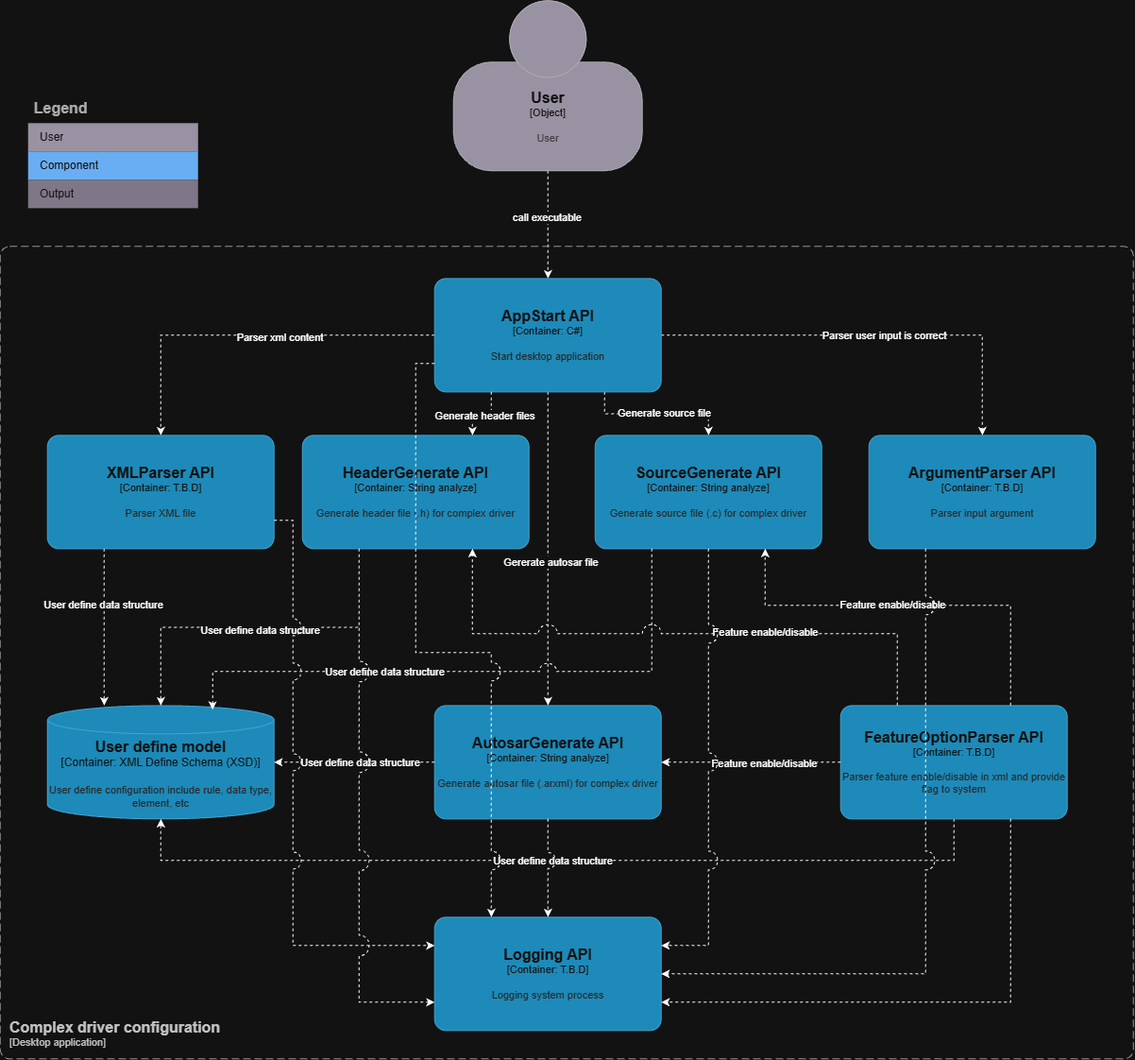
Before: docs/images/Component.drawio.png, a diagram exported from draw.io (QuocTran5/Complex-Driver-Configurator). Source tidied: cells renumbered, new cells last; positions are measured from the earlier drawing's top-left corner, leaving out a move shared by most shapes.
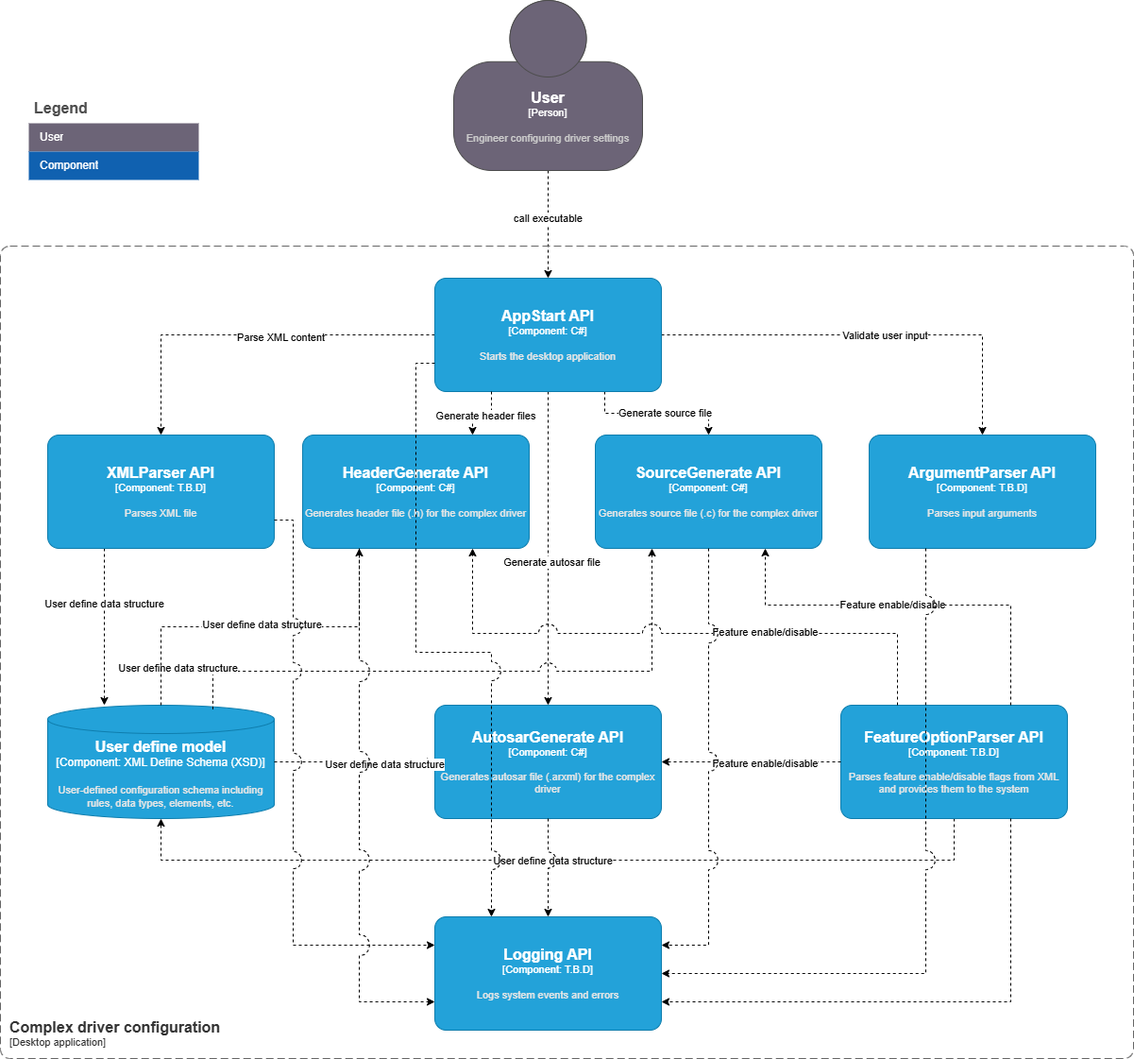
Above is the later version.

The edit, as a diff of the source:
```diff
@@ -10,3 +10,3 @@
     </mxCell>
-    <object id="4" label="&lt;font style=&quot;font-size: 16px&quot;&gt;&lt;b&gt;%c4Name%&lt;/b&gt;&lt;/font&gt;&lt;div&gt;[%c4Type%]&lt;/div&gt;&lt;br&gt;&lt;div&gt;&lt;font style=&quot;font-size: 11px&quot;&gt;&lt;font color=&quot;#cccccc&quot;&gt;%c4Description%&lt;/font&gt;&lt;/div&gt;" c4Description="User" c4Name="User" c4Type="Object" placeholders="1">
+    <object id="4" label="&lt;font style=&quot;font-size: 16px&quot;&gt;&lt;b&gt;%c4Name%&lt;/b&gt;&lt;/font&gt;&lt;div&gt;[%c4Type%]&lt;/div&gt;&lt;br&gt;&lt;div&gt;&lt;font style=&quot;font-size: 11px&quot;&gt;&lt;font color=&quot;#cccccc&quot;&gt;%c4Description%&lt;/font&gt;&lt;/div&gt;" c4Description="Engineer configuring driver settings" c4Name="User" c4Type="Person" placeholders="1">
       <mxCell style="html=1;fontSize=11;dashed=0;whiteSpace=wrap;fillColor=#6C6477;strokeColor=#4D4D4D;fontColor=#ffffff;shape=mxgraph.c4.person2;align=center;points=[[0.5,0,0],[1,0.5,0],[1,0.75,0],[0.75,1,0],[0.5,1,0],[0.25,1,0],[0,0.75,0],[0,0.5,0]];" parent="1" vertex="1">
@@ -16,3 +16,3 @@
     <mxCell id="5" value="Legend" style="shape=table;startSize=30;fontSize=16;align=left;verticalAlign=top;fillColor=none;strokeColor=none;fontColor=#4D4D4D;fontStyle=1;spacingLeft=6;spacing=0;" parent="1" vertex="1">
-      <mxGeometry x="30" y="100" width="180" height="120" as="geometry" />
+      <mxGeometry x="30" y="100" width="180" height="90" as="geometry" />
     </mxCell>
@@ -30,8 +30,2 @@
     </mxCell>
-    <mxCell id="10" style="shape=tableRow;horizontal=0;startSize=0;swimlaneHead=0;swimlaneBody=0;strokeColor=inherit;top=0;left=0;bottom=0;right=0;fillColor=none;fontSize=12;" parent="5" vertex="1">
-      <mxGeometry y="90" width="180" height="30" as="geometry" />
-    </mxCell>
-    <mxCell id="11" value="Output" style="shape=partialRectangle;html=1;whiteSpace=wrap;strokeColor=inherit;overflow=hidden;fillColor=#8C8496;top=0;left=0;bottom=0;right=0;fontSize=12;align=left;fontColor=#FFFFFF;gradientColor=none;spacingLeft=10;spacingRight=4;" parent="10" vertex="1">
-      <mxGeometry width="180" height="30" as="geometry" />
-    </mxCell>
     <object id="12" label="&lt;font style=&quot;font-size: 16px&quot;&gt;&lt;b&gt;&lt;div style=&quot;text-align: left&quot;&gt;%c4Name%&lt;/div&gt;&lt;/b&gt;&lt;/font&gt;&lt;div style=&quot;text-align: left&quot;&gt;[%c4Application%]&lt;/div&gt;" c4Application="Desktop application" c4Name="Complex driver configuration" c4Type="SystemScopeBoundary" placeholders="1">
@@ -41,3 +35,3 @@
     </object>
-    <object id="13" label="&lt;font style=&quot;font-size: 16px&quot;&gt;&lt;b&gt;%c4Name%&lt;/b&gt;&lt;/font&gt;&lt;div&gt;[%c4Type%: %c4Technology%]&lt;/div&gt;&lt;br&gt;&lt;div&gt;&lt;font style=&quot;font-size: 11px&quot;&gt;&lt;font color=&quot;#E6E6E6&quot;&gt;%c4Description%&lt;/font&gt;&lt;/div&gt;" c4Description="Parser input argument" c4Name="ArgumentParser API" c4Technology="T.B.D" c4Type="Container" placeholders="1">
+    <object id="13" label="&lt;font style=&quot;font-size: 16px&quot;&gt;&lt;b&gt;%c4Name%&lt;/b&gt;&lt;/font&gt;&lt;div&gt;[%c4Type%: %c4Technology%]&lt;/div&gt;&lt;br&gt;&lt;div&gt;&lt;font style=&quot;font-size: 11px&quot;&gt;&lt;font color=&quot;#E6E6E6&quot;&gt;%c4Description%&lt;/font&gt;&lt;/div&gt;" c4Description="Parses input arguments" c4Name="ArgumentParser API" c4Technology="T.B.D" c4Type="Component" placeholders="1">
       <mxCell style="rounded=1;whiteSpace=wrap;html=1;fontSize=11;labelBackgroundColor=none;fillColor=#23A2D9;fontColor=#ffffff;align=center;arcSize=10;strokeColor=#0E7DAD;points=[[0.25,0,0],[0.5,0,0],[0.75,0,0],[1,0.25,0],[1,0.5,0],[1,0.75,0],[0.75,1,0],[0.5,1,0],[0.25,1,0],[0,0.75,0],[0,0.5,0],[0,0.25,0]];" parent="1" vertex="1">
@@ -57,3 +51,3 @@
     </mxCell>
-    <object id="16" label="&lt;font style=&quot;font-size: 16px&quot;&gt;&lt;b&gt;%c4Name%&lt;/b&gt;&lt;/font&gt;&lt;div&gt;[%c4Type%: %c4Technology%]&lt;/div&gt;&lt;br&gt;&lt;div&gt;&lt;font style=&quot;font-size: 11px&quot;&gt;&lt;font color=&quot;#E6E6E6&quot;&gt;%c4Description%&lt;/font&gt;&lt;/div&gt;" c4Description="Parser XML file" c4Name="XMLParser API" c4Technology="T.B.D" c4Type="Container" placeholders="1">
+    <object id="16" label="&lt;font style=&quot;font-size: 16px&quot;&gt;&lt;b&gt;%c4Name%&lt;/b&gt;&lt;/font&gt;&lt;div&gt;[%c4Type%: %c4Technology%]&lt;/div&gt;&lt;br&gt;&lt;div&gt;&lt;font style=&quot;font-size: 11px&quot;&gt;&lt;font color=&quot;#E6E6E6&quot;&gt;%c4Description%&lt;/font&gt;&lt;/div&gt;" c4Description="Parses XML file" c4Name="XMLParser API" c4Technology="T.B.D" c4Type="Component" placeholders="1">
       <mxCell style="rounded=1;whiteSpace=wrap;html=1;fontSize=11;labelBackgroundColor=none;fillColor=#23A2D9;fontColor=#ffffff;align=center;arcSize=10;strokeColor=#0E7DAD;points=[[0.25,0,0],[0.5,0,0],[0.75,0,0],[1,0.25,0],[1,0.5,0],[1,0.75,0],[0.75,1,0],[0.5,1,0],[0.25,1,0],[0,0.75,0],[0,0.5,0],[0,0.25,0]];" parent="1" vertex="1">
@@ -65,6 +59,6 @@
     </mxCell>
-    <mxCell id="18" value="Parser xml content" style="edgeLabel;html=1;align=center;verticalAlign=middle;" parent="17" vertex="1">
+    <mxCell id="18" value="Parse XML content" style="edgeLabel;html=1;align=center;verticalAlign=middle;" parent="17" vertex="1">
       <mxGeometry x="-0.17" y="2" relative="1" as="geometry" />
     </mxCell>
-    <object id="19" label="&lt;font style=&quot;font-size: 16px&quot;&gt;&lt;b&gt;%c4Name%&lt;/b&gt;&lt;/font&gt;&lt;div&gt;[%c4Type%: %c4Technology%]&lt;/div&gt;&lt;br&gt;&lt;div&gt;&lt;font style=&quot;font-size: 11px&quot;&gt;&lt;font color=&quot;#E6E6E6&quot;&gt;%c4Description%&lt;/font&gt;&lt;/div&gt;" c4Description="Generate header file (.h) for complex driver" c4Name="HeaderGenerate API" c4Technology="String analyze" c4Type="Container" placeholders="1">
+    <object id="19" label="&lt;font style=&quot;font-size: 16px&quot;&gt;&lt;b&gt;%c4Name%&lt;/b&gt;&lt;/font&gt;&lt;div&gt;[%c4Type%: %c4Technology%]&lt;/div&gt;&lt;br&gt;&lt;div&gt;&lt;font style=&quot;font-size: 11px&quot;&gt;&lt;font color=&quot;#E6E6E6&quot;&gt;%c4Description%&lt;/font&gt;&lt;/div&gt;" c4Description="Generates header file (.h) for the complex driver" c4Name="HeaderGenerate API" c4Technology="C#" c4Type="Component" placeholders="1">
       <mxCell style="rounded=1;whiteSpace=wrap;html=1;fontSize=11;labelBackgroundColor=none;fillColor=#23A2D9;fontColor=#ffffff;align=center;arcSize=10;strokeColor=#0E7DAD;points=[[0.25,0,0],[0.5,0,0],[0.75,0,0],[1,0.25,0],[1,0.5,0],[1,0.75,0],[0.75,1,0],[0.5,1,0],[0.25,1,0],[0,0.75,0],[0,0.5,0],[0,0.25,0]];" parent="1" vertex="1">
@@ -73,3 +67,3 @@
     </object>
-    <object id="20" label="&lt;font style=&quot;font-size: 16px&quot;&gt;&lt;b&gt;%c4Name%&lt;/b&gt;&lt;/font&gt;&lt;div&gt;[%c4Type%: %c4Technology%]&lt;/div&gt;&lt;br&gt;&lt;div&gt;&lt;font style=&quot;font-size: 11px&quot;&gt;&lt;font color=&quot;#E6E6E6&quot;&gt;%c4Description%&lt;/font&gt;&lt;/div&gt;" c4Description="Generate autosar file (.arxml) for complex driver" c4Name="AutosarGenerate API" c4Technology="String analyze" c4Type="Container" placeholders="1">
+    <object id="20" label="&lt;font style=&quot;font-size: 16px&quot;&gt;&lt;b&gt;%c4Name%&lt;/b&gt;&lt;/font&gt;&lt;div&gt;[%c4Type%: %c4Technology%]&lt;/div&gt;&lt;br&gt;&lt;div&gt;&lt;font style=&quot;font-size: 11px&quot;&gt;&lt;font color=&quot;#E6E6E6&quot;&gt;%c4Description%&lt;/font&gt;&lt;/div&gt;" c4Description="Generates autosar file (.arxml) for the complex driver" c4Name="AutosarGenerate API" c4Technology="C#" c4Type="Component" placeholders="1">
       <mxCell style="rounded=1;whiteSpace=wrap;html=1;fontSize=11;labelBackgroundColor=none;fillColor=#23A2D9;fontColor=#ffffff;align=center;arcSize=10;strokeColor=#0E7DAD;points=[[0.25,0,0],[0.5,0,0],[0.75,0,0],[1,0.25,0],[1,0.5,0],[1,0.75,0],[0.75,1,0],[0.5,1,0],[0.25,1,0],[0,0.75,0],[0,0.5,0],[0,0.25,0]];" parent="1" vertex="1">
@@ -81,3 +75,3 @@
     </mxCell>
-    <mxCell id="22" value="Parser user input is correct" style="edgeLabel;html=1;align=center;verticalAlign=middle;" parent="21" vertex="1">
+    <mxCell id="22" value="Validate user input" style="edgeLabel;html=1;align=center;verticalAlign=middle;" parent="21" vertex="1">
       <mxGeometry x="0.06" relative="1" as="geometry" />
@@ -98,6 +92,6 @@
     </mxCell>
-    <mxCell id="26" value="Gererate autosar file" style="edgeLabel;html=1;align=center;verticalAlign=middle;" parent="25" vertex="1">
+    <mxCell id="26" value="Generate autosar file" style="edgeLabel;html=1;align=center;verticalAlign=middle;" parent="25" vertex="1">
       <mxGeometry x="0.08" y="3" relative="1" as="geometry" />
     </mxCell>
-    <object id="27" label="&lt;font style=&quot;font-size: 16px&quot;&gt;&lt;b&gt;%c4Name%&lt;/b&gt;&lt;/font&gt;&lt;div&gt;[%c4Type%: %c4Technology%]&lt;/div&gt;&lt;br&gt;&lt;div&gt;&lt;font style=&quot;font-size: 11px&quot;&gt;&lt;font color=&quot;#E6E6E6&quot;&gt;%c4Description%&lt;/font&gt;&lt;/div&gt;" c4Description="Start desktop application" c4Name="AppStart API" c4Technology="C#" c4Type="Container" placeholders="1">
+    <object id="27" label="&lt;font style=&quot;font-size: 16px&quot;&gt;&lt;b&gt;%c4Name%&lt;/b&gt;&lt;/font&gt;&lt;div&gt;[%c4Type%: %c4Technology%]&lt;/div&gt;&lt;br&gt;&lt;div&gt;&lt;font style=&quot;font-size: 11px&quot;&gt;&lt;font color=&quot;#E6E6E6&quot;&gt;%c4Description%&lt;/font&gt;&lt;/div&gt;" c4Description="Starts the desktop application" c4Name="AppStart API" c4Technology="C#" c4Type="Component" placeholders="1">
       <mxCell style="rounded=1;whiteSpace=wrap;html=1;fontSize=11;labelBackgroundColor=none;fillColor=#23A2D9;fontColor=#ffffff;align=center;arcSize=10;strokeColor=#0E7DAD;points=[[0.25,0,0],[0.5,0,0],[0.75,0,0],[1,0.25,0],[1,0.5,0],[1,0.75,0],[0.75,1,0],[0.5,1,0],[0.25,1,0],[0,0.75,0],[0,0.5,0],[0,0.25,0]];" parent="1" vertex="1">
@@ -106,3 +100,3 @@
     </object>
-    <object id="28" label="&lt;font style=&quot;font-size: 16px&quot;&gt;&lt;b&gt;%c4Name%&lt;/b&gt;&lt;/font&gt;&lt;div&gt;[%c4Type%:&amp;nbsp;%c4Technology%]&lt;/div&gt;&lt;br&gt;&lt;div&gt;&lt;font style=&quot;font-size: 11px&quot;&gt;&lt;font color=&quot;#E6E6E6&quot;&gt;%c4Description%&lt;/font&gt;&lt;/div&gt;" c4Description="User define configuration include rule, data type, element, etc" c4Name="User define model" c4Technology="XML Define Schema (XSD)" c4Type="Container" placeholders="1">
+    <object id="28" label="&lt;font style=&quot;font-size: 16px&quot;&gt;&lt;b&gt;%c4Name%&lt;/b&gt;&lt;/font&gt;&lt;div&gt;[%c4Type%:&amp;nbsp;%c4Technology%]&lt;/div&gt;&lt;br&gt;&lt;div&gt;&lt;font style=&quot;font-size: 11px&quot;&gt;&lt;font color=&quot;#E6E6E6&quot;&gt;%c4Description%&lt;/font&gt;&lt;/div&gt;" c4Description="User-defined configuration schema including rules, data types, elements, etc." c4Name="User define model" c4Technology="XML Define Schema (XSD)" c4Type="Component" placeholders="1">
       <mxCell style="shape=cylinder3;size=15;whiteSpace=wrap;html=1;boundedLbl=1;rounded=0;labelBackgroundColor=none;fillColor=#23A2D9;fontSize=12;fontColor=#ffffff;align=center;strokeColor=#0E7DAD;points=[[0.5,0,0],[1,0.25,0],[1,0.5,0],[1,0.75,0],[0.5,1,0],[0,0.75,0],[0,0.5,0],[0,0.25,0]];" parent="1" vertex="1">
@@ -111,3 +105,3 @@
     </object>
-    <object id="29" label="&lt;font style=&quot;font-size: 16px&quot;&gt;&lt;b&gt;%c4Name%&lt;/b&gt;&lt;/font&gt;&lt;div&gt;[%c4Type%: %c4Technology%]&lt;/div&gt;&lt;br&gt;&lt;div&gt;&lt;font style=&quot;font-size: 11px&quot;&gt;&lt;font color=&quot;#E6E6E6&quot;&gt;%c4Description%&lt;/font&gt;&lt;/div&gt;" c4Description="Generate source file (.c) for complex driver" c4Name="SourceGenerate API" c4Technology="String analyze" c4Type="Container" placeholders="1">
+    <object id="29" label="&lt;font style=&quot;font-size: 16px&quot;&gt;&lt;b&gt;%c4Name%&lt;/b&gt;&lt;/font&gt;&lt;div&gt;[%c4Type%: %c4Technology%]&lt;/div&gt;&lt;br&gt;&lt;div&gt;&lt;font style=&quot;font-size: 11px&quot;&gt;&lt;font color=&quot;#E6E6E6&quot;&gt;%c4Description%&lt;/font&gt;&lt;/div&gt;" c4Description="Generates source file (.c) for the complex driver" c4Name="SourceGenerate API" c4Technology="C#" c4Type="Component" placeholders="1">
       <mxCell style="rounded=1;whiteSpace=wrap;html=1;fontSize=11;labelBackgroundColor=none;fillColor=#23A2D9;fontColor=#ffffff;align=center;arcSize=10;strokeColor=#0E7DAD;points=[[0.25,0,0],[0.5,0,0],[0.75,0,0],[1,0.25,0],[1,0.5,0],[1,0.75,0],[0.75,1,0],[0.5,1,0],[0.25,1,0],[0,0.75,0],[0,0.5,0],[0,0.25,0]];" parent="1" vertex="1">
@@ -122,3 +116,3 @@
     </mxCell>
-    <mxCell id="32" style="edgeStyle=orthogonalEdgeStyle;rounded=0;jettySize=auto;html=1;exitX=0.25;exitY=1;exitDx=0;exitDy=0;exitPerimeter=0;entryX=0.729;entryY=0.036;entryDx=0;entryDy=0;entryPerimeter=0;dashed=1;jumpStyle=arc;jumpSize=18;" parent="1" edge="1" source="29" target="28">
+    <mxCell id="32" style="edgeStyle=orthogonalEdgeStyle;rounded=0;jettySize=auto;html=1;exitX=0.729;exitY=0.036;exitDx=0;exitDy=0;exitPerimeter=0;entryX=0.25;entryY=1;entryDx=0;entryDy=0;entryPerimeter=0;dashed=1;jumpStyle=arc;jumpSize=18;" parent="1" edge="1" source="28" target="29">
       <mxGeometry relative="1" as="geometry">
@@ -135,3 +129,3 @@
     </mxCell>
-    <mxCell id="34" style="edgeStyle=orthogonalEdgeStyle;rounded=0;jettySize=auto;html=1;exitX=0;exitY=0.5;exitDx=0;exitDy=0;exitPerimeter=0;entryX=1;entryY=0.5;entryDx=0;entryDy=0;entryPerimeter=0;dashed=1;" parent="1" edge="1" source="20" target="28">
+    <mxCell id="34" style="edgeStyle=orthogonalEdgeStyle;rounded=0;jettySize=auto;html=1;exitX=1;exitY=0.5;exitDx=0;exitDy=0;exitPerimeter=0;entryX=0;entryY=0.5;entryDx=0;entryDy=0;entryPerimeter=0;dashed=1;" parent="1" edge="1" source="28" target="20">
       <mxGeometry relative="1" as="geometry" />
@@ -154,3 +148,3 @@
     </mxCell>
-    <object id="38" label="&lt;font style=&quot;font-size: 16px&quot;&gt;&lt;b&gt;%c4Name%&lt;/b&gt;&lt;/font&gt;&lt;div&gt;[%c4Type%: %c4Technology%]&lt;/div&gt;&lt;br&gt;&lt;div&gt;&lt;font style=&quot;font-size: 11px&quot;&gt;&lt;font color=&quot;#E6E6E6&quot;&gt;%c4Description%&lt;/font&gt;&lt;/div&gt;" c4Description="Parser feature enable/disable in xml and provide flag to system" c4Name="FeatureOptionParser API" c4Technology="T.B.D" c4Type="Container" placeholders="1">
+    <object id="38" label="&lt;font style=&quot;font-size: 16px&quot;&gt;&lt;b&gt;%c4Name%&lt;/b&gt;&lt;/font&gt;&lt;div&gt;[%c4Type%: %c4Technology%]&lt;/div&gt;&lt;br&gt;&lt;div&gt;&lt;font style=&quot;font-size: 11px&quot;&gt;&lt;font color=&quot;#E6E6E6&quot;&gt;%c4Description%&lt;/font&gt;&lt;/div&gt;" c4Description="Parses feature enable/disable flags from XML and provides them to the system" c4Name="FeatureOptionParser API" c4Technology="T.B.D" c4Type="Component" placeholders="1">
       <mxCell style="rounded=1;whiteSpace=wrap;html=1;fontSize=11;labelBackgroundColor=none;fillColor=#23A2D9;fontColor=#ffffff;align=center;arcSize=10;strokeColor=#0E7DAD;points=[[0.25,0,0],[0.5,0,0],[0.75,0,0],[1,0.25,0],[1,0.5,0],[1,0.75,0],[0.75,1,0],[0.5,1,0],[0.25,1,0],[0,0.75,0],[0,0.5,0],[0,0.25,0]];" parent="1" vertex="1">
@@ -187,3 +181,3 @@
     </mxCell>
-    <mxCell id="45" style="edgeStyle=orthogonalEdgeStyle;rounded=0;jettySize=auto;html=1;exitX=0.25;exitY=1;exitDx=0;exitDy=0;exitPerimeter=0;entryX=0.5;entryY=0;entryDx=0;entryDy=0;entryPerimeter=0;dashed=1;jumpStyle=arc;jumpSize=18;" parent="1" edge="1" source="19" target="28">
+    <mxCell id="45" style="edgeStyle=orthogonalEdgeStyle;rounded=0;jettySize=auto;html=1;exitX=0.5;exitY=0;exitDx=0;exitDy=0;exitPerimeter=0;entryX=0.25;entryY=1;entryDx=0;entryDy=0;entryPerimeter=0;dashed=1;jumpStyle=arc;jumpSize=18;" parent="1" edge="1" source="28" target="19">
       <mxGeometry relative="1" as="geometry" />
@@ -193,3 +187,3 @@
     </mxCell>
-    <object id="47" label="&lt;font style=&quot;font-size: 16px&quot;&gt;&lt;b&gt;%c4Name%&lt;/b&gt;&lt;/font&gt;&lt;div&gt;[%c4Type%: %c4Technology%]&lt;/div&gt;&lt;br&gt;&lt;div&gt;&lt;font style=&quot;font-size: 11px&quot;&gt;&lt;font color=&quot;#E6E6E6&quot;&gt;%c4Description%&lt;/font&gt;&lt;/div&gt;" c4Description="Logging system process" c4Name="Logging API" c4Technology="T.B.D" c4Type="Container" placeholders="1">
+    <object id="47" label="&lt;font style=&quot;font-size: 16px&quot;&gt;&lt;b&gt;%c4Name%&lt;/b&gt;&lt;/font&gt;&lt;div&gt;[%c4Type%: %c4Technology%]&lt;/div&gt;&lt;br&gt;&lt;div&gt;&lt;font style=&quot;font-size: 11px&quot;&gt;&lt;font color=&quot;#E6E6E6&quot;&gt;%c4Description%&lt;/font&gt;&lt;/div&gt;" c4Description="Logs system events and errors" c4Name="Logging API" c4Technology="T.B.D" c4Type="Component" placeholders="1">
       <mxCell style="rounded=1;whiteSpace=wrap;html=1;fontSize=11;labelBackgroundColor=none;fillColor=#23A2D9;fontColor=#ffffff;align=center;arcSize=10;strokeColor=#0E7DAD;points=[[0.25,0,0],[0.5,0,0],[0.75,0,0],[1,0.25,0],[1,0.5,0],[1,0.75,0],[0.75,1,0],[0.5,1,0],[0.25,1,0],[0,0.75,0],[0,0.5,0],[0,0.25,0]];" parent="1" vertex="1">
```
